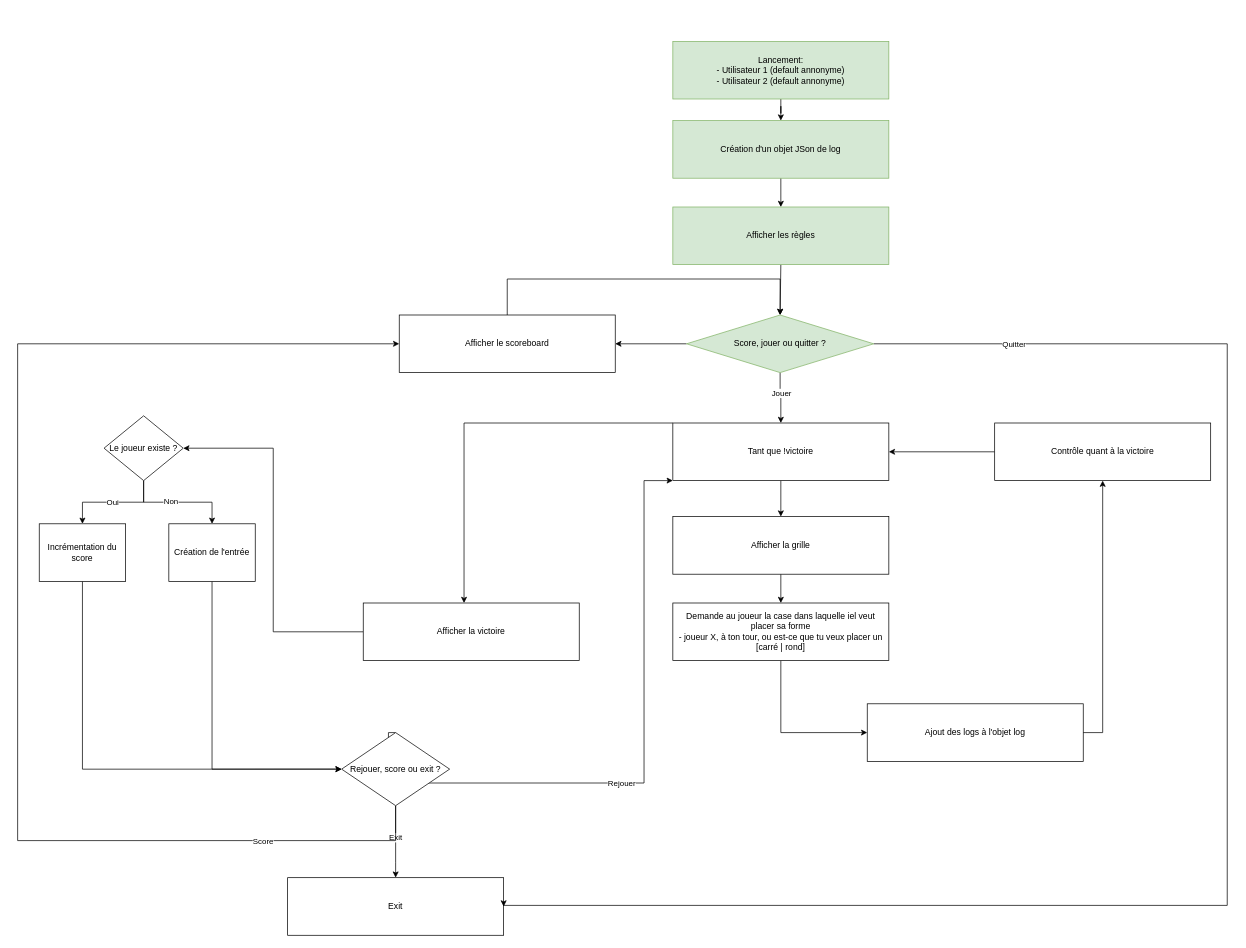
Before: Fichiers/Diagramme_de_sequence.drawio in Voeffray-Lucielle-EMF/122-Morpion, a draw.io diagram. Source tidied: cells renumbered, new cells numbered last; positions are measured from the earlier drawing's top-left corner, leaving out a move shared by most shapes. Both pictures are drawn from the tidied source at 72%, with x=0, y=0 at pixel (17, 41).
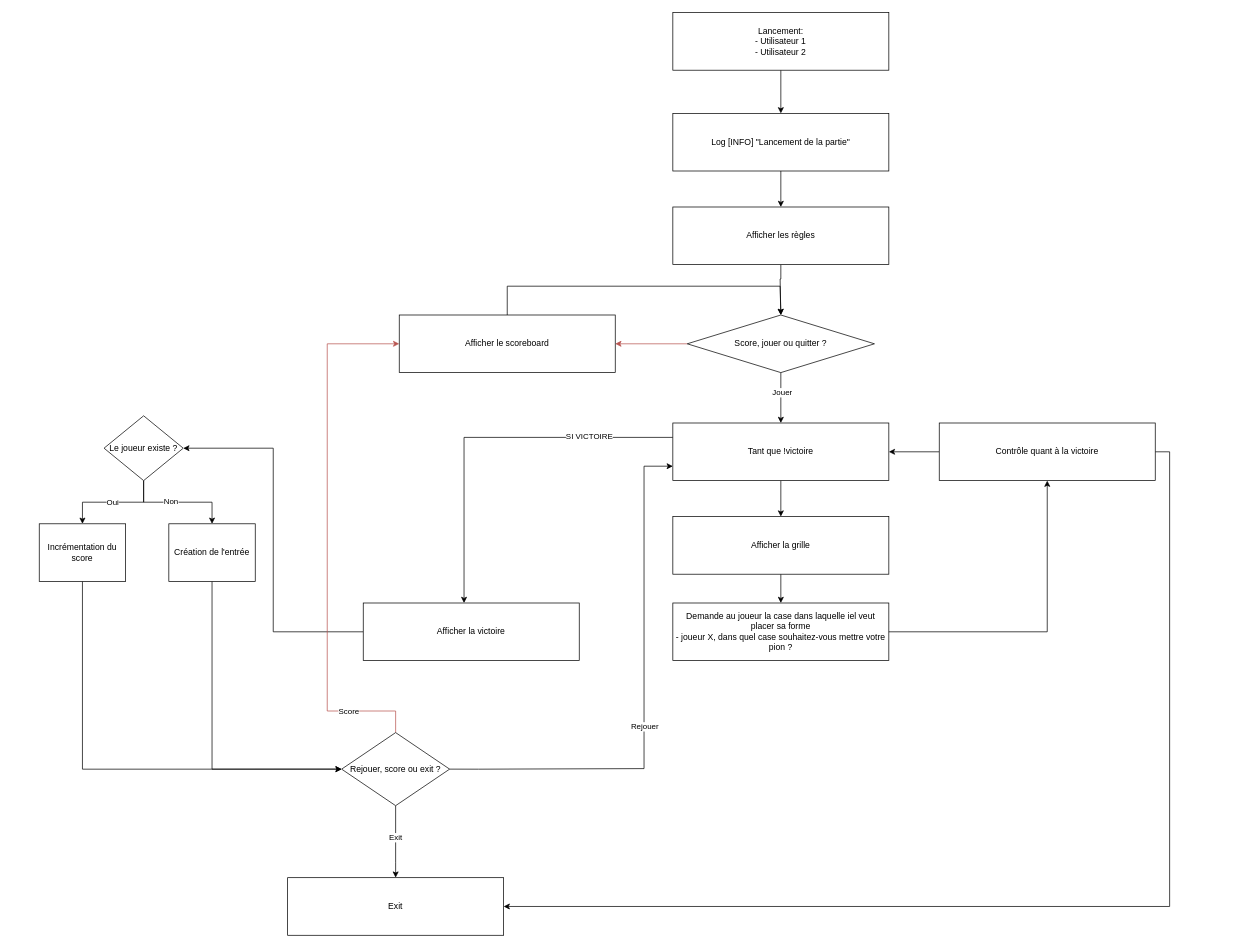
The same page after the edit.

Unchanged cells that the change refers to:
```xml
<mxCell id="16" value="Tant que !victoire" style="rounded=0;whiteSpace=wrap;html=1;" parent="1" vertex="1">
  <mxGeometry x="910" y="530" width="300" height="80" as="geometry" />
</mxCell>
<mxCell id="18" value="Afficher la victoire" style="rounded=0;whiteSpace=wrap;html=1;" parent="1" vertex="1">
  <mxGeometry x="480" y="780" width="300" height="80" as="geometry" />
</mxCell>
<mxCell id="25" value="Exit" style="rounded=0;whiteSpace=wrap;html=1;" parent="1" vertex="1">
  <mxGeometry x="375" y="1161.5" width="300" height="80" as="geometry" />
</mxCell>
<mxCell id="37" value="Rejouer, score ou exit ?" style="rhombus;whiteSpace=wrap;html=1;" parent="1" vertex="1">
  <mxGeometry x="450" y="960" width="150" height="101.5" as="geometry" />
</mxCell>
<mxCell id="45" value="&lt;div&gt;Afficher le scoreboard&lt;/div&gt;" style="rounded=0;whiteSpace=wrap;html=1;" parent="1" vertex="1">
  <mxGeometry x="530" y="380" width="300" height="80" as="geometry" />
</mxCell>
```

What changed in the source:
```diff
@@
-    <mxCell id="2" style="edgeStyle=orthogonalEdgeStyle;rounded=0;jettySize=auto;html=1;entryX=0.5;entryY=0;entryDx=0;entryDy=0;" parent="1" edge="1" source="3" target="11">
-      <mxGeometry relative="1" as="geometry" />
-    </mxCell>
+    <mxCell id="46" style="edgeStyle=orthogonalEdgeStyle;rounded=0;jettySize=auto;html=1;exitX=0.5;exitY=1;exitDx=0;exitDy=0;" parent="1" edge="1" source="3" target="50">
+      <mxGeometry relative="1" as="geometry" />
+    </mxCell>
-    <mxCell id="3" value="Lancement:&lt;div&gt;- Utilisateur 1 (default annonyme)&lt;/div&gt;&lt;div&gt;- Utilisateur 2 (default annonyme)&lt;/div&gt;" style="rounded=0;whiteSpace=wrap;html=1;fillColor=#d5e8d4;strokeColor=#82b366;" parent="1" vertex="1">
-      <mxGeometry x="910" width="300" height="80" as="geometry" />
+    <mxCell id="3" value="Lancement:&lt;div&gt;- Utilisateur 1&lt;/div&gt;&lt;div&gt;- Utilisateur 2&lt;/div&gt;" style="rounded=0;whiteSpace=wrap;html=1;" parent="1" vertex="1">
+      <mxGeometry x="910" y="-40" width="300" height="80" as="geometry" />
     </mxCell>
@@
-    <mxCell id="6" style="edgeStyle=orthogonalEdgeStyle;rounded=0;jettySize=auto;html=1;entryX=0;entryY=0.5;entryDx=0;entryDy=0;" parent="1" edge="1" source="7" target="12">
-      <mxGeometry relative="1" as="geometry" />
-    </mxCell>
-    <mxCell id="7" value="Demande au joueur la case dans laquelle iel veut placer sa forme&lt;div&gt;- joueur X, à ton tour, ou est-ce que tu veux placer un [carré | rond]&lt;br&gt;&lt;/div&gt;" style="rounded=0;whiteSpace=wrap;html=1;" parent="1" vertex="1">
+    <mxCell id="7" value="Demande au joueur la case dans laquelle iel veut placer sa forme&lt;div&gt;- joueur X, dans quel case souhaitez-vous mettre votre pion ?&lt;br&gt;&lt;/div&gt;" style="rounded=0;whiteSpace=wrap;html=1;" parent="1" vertex="1">
       <mxGeometry x="910" y="780" width="300" height="80" as="geometry" />
     </mxCell>
     <mxCell id="8" style="edgeStyle=orthogonalEdgeStyle;rounded=0;jettySize=auto;html=1;entryX=0.5;entryY=0;entryDx=0;entryDy=0;exitX=0.5;exitY=1;exitDx=0;exitDy=0;" parent="1" edge="1" source="9" target="43">
       <mxGeometry relative="1" as="geometry">
         <Array as="points">
-          <mxPoint x="1060" y="380" />
+          <mxPoint x="1060" y="330" />
+          <mxPoint x="1059" y="330" />
         </Array>
       </mxGeometry>
     </mxCell>
-    <mxCell id="9" value="&lt;div&gt;Afficher les règles&lt;/div&gt;" style="rounded=0;whiteSpace=wrap;html=1;fillColor=#d5e8d4;strokeColor=#82b366;" parent="1" vertex="1">
+    <mxCell id="9" value="&lt;div&gt;Afficher les règles&lt;/div&gt;" style="rounded=0;whiteSpace=wrap;html=1;" parent="1" vertex="1">
       <mxGeometry x="910" y="230" width="300" height="80" as="geometry" />
     </mxCell>
-    <mxCell id="10" style="edgeStyle=orthogonalEdgeStyle;rounded=0;jettySize=auto;html=1;" parent="1" edge="1" source="11" target="9">
-      <mxGeometry relative="1" as="geometry" />
-    </mxCell>
-    <mxCell id="11" value="Création d'un objet JSon de log" style="rounded=0;whiteSpace=wrap;html=1;fillColor=#d5e8d4;strokeColor=#82b366;" parent="1" vertex="1">
-      <mxGeometry x="910" y="110" width="300" height="80" as="geometry" />
-    </mxCell>
-    <mxCell id="12" value="&lt;div&gt;Ajout des logs à l'objet log&lt;/div&gt;" style="rounded=0;whiteSpace=wrap;html=1;" parent="1" vertex="1">
-      <mxGeometry x="1180" y="920" width="300" height="80" as="geometry" />
-    </mxCell>
@@
-    <mxCell id="15" style="edgeStyle=orthogonalEdgeStyle;rounded=0;jettySize=auto;html=1;exitX=0;exitY=0;exitDx=0;exitDy=0;" parent="1" edge="1" source="16" target="18">
+    <mxCell id="15" style="edgeStyle=orthogonalEdgeStyle;rounded=0;jettySize=auto;html=1;exitX=0;exitY=0.25;exitDx=0;exitDy=0;" parent="1" edge="1" source="16" target="18">
       <mxGeometry relative="1" as="geometry">
         <Array as="points">
-          <mxPoint x="620" y="530" />
+          <mxPoint x="620" y="550" />
         </Array>
       </mxGeometry>
     </mxCell>
+    <mxCell id="47" value="SI VICTOIRE" style="edgeLabel;html=1;align=center;verticalAlign=middle;" parent="15" vertex="1">
+      <mxGeometry x="-0.55" y="-1" relative="1" as="geometry">
+        <mxPoint y="-1" as="offset" />
+      </mxGeometry>
+    </mxCell>
@@
-    <mxCell id="19" style="edgeStyle=orthogonalEdgeStyle;rounded=0;jettySize=auto;html=1;entryX=0.5;entryY=1;entryDx=0;entryDy=0;exitX=1;exitY=0.5;exitDx=0;exitDy=0;" parent="1" edge="1" source="12" target="20">
+    <mxCell id="19" style="edgeStyle=orthogonalEdgeStyle;rounded=0;jettySize=auto;html=1;entryX=0.5;entryY=1;entryDx=0;entryDy=0;exitX=1;exitY=0.5;exitDx=0;exitDy=0;" parent="1" edge="1" source="7" target="20">
       <mxGeometry relative="1" as="geometry">
         <Array as="points">
-          <mxPoint x="1507" y="960" />
+          <mxPoint x="1430" y="820" />
         </Array>
       </mxGeometry>
     </mxCell>
+    <mxCell id="48" style="edgeStyle=orthogonalEdgeStyle;rounded=0;jettySize=auto;html=1;exitX=1;exitY=0.5;exitDx=0;exitDy=0;entryX=1;entryY=0.5;entryDx=0;entryDy=0;" parent="1" edge="1" source="20" target="25">
+      <mxGeometry relative="1" as="geometry" />
+    </mxCell>
     <mxCell id="20" value="&lt;div&gt;Contrôle quant à la victoire&lt;/div&gt;" style="rounded=0;whiteSpace=wrap;html=1;" parent="1" vertex="1">
-      <mxGeometry x="1357" y="530" width="300" height="80" as="geometry" />
+      <mxGeometry x="1280" y="530" width="300" height="80" as="geometry" />
     </mxCell>
-    <mxCell id="21" style="edgeStyle=orthogonalEdgeStyle;rounded=0;jettySize=auto;html=1;entryX=0;entryY=1;entryDx=0;entryDy=0;exitX=0.5;exitY=0;exitDx=0;exitDy=0;" parent="1" edge="1" source="37" target="16">
+    <mxCell id="21" style="edgeStyle=orthogonalEdgeStyle;rounded=0;jettySize=auto;html=1;entryX=0;entryY=0.75;entryDx=0;entryDy=0;exitX=1;exitY=0.5;exitDx=0;exitDy=0;" parent="1" edge="1" source="37" target="16">
       <mxGeometry relative="1" as="geometry">
         <Array as="points">
-          <mxPoint x="515" y="1030" />
-          <mxPoint x="870" y="1030" />
-          <mxPoint x="870" y="610" />
+          <mxPoint x="640" y="1011" />
+          <mxPoint x="870" y="1010" />
+          <mxPoint x="870" y="590" />
         </Array>
       </mxGeometry>
     </mxCell>
@@
-    <mxCell id="35" style="edgeStyle=orthogonalEdgeStyle;rounded=0;jettySize=auto;html=1;entryX=0;entryY=0.5;entryDx=0;entryDy=0;exitX=0.5;exitY=1;exitDx=0;exitDy=0;" parent="1" edge="1" source="37" target="45">
+    <mxCell id="35" style="edgeStyle=orthogonalEdgeStyle;rounded=0;jettySize=auto;html=1;entryX=0;entryY=0.5;entryDx=0;entryDy=0;exitX=0.5;exitY=0;exitDx=0;exitDy=0;fillColor=#f8cecc;strokeColor=#b85450;" parent="1" edge="1" source="37" target="45">
       <mxGeometry relative="1" as="geometry">
         <Array as="points">
-          <mxPoint x="525" y="1110" />
-          <mxPoint y="1110" />
-          <mxPoint y="420" />
+          <mxPoint x="525" y="930" />
+          <mxPoint x="430" y="930" />
+          <mxPoint x="430" y="420" />
         </Array>
       </mxGeometry>
     </mxCell>
@@
-    <mxCell id="40" style="edgeStyle=orthogonalEdgeStyle;rounded=0;jettySize=auto;html=1;entryX=1;entryY=0.5;entryDx=0;entryDy=0;" parent="1" edge="1" source="43" target="45">
+    <mxCell id="40" style="edgeStyle=orthogonalEdgeStyle;rounded=0;jettySize=auto;html=1;entryX=1;entryY=0.5;entryDx=0;entryDy=0;fillColor=#f8cecc;strokeColor=#b85450;" parent="1" edge="1" source="43" target="45">
       <mxGeometry relative="1" as="geometry" />
     </mxCell>
-    <mxCell id="41" style="edgeStyle=orthogonalEdgeStyle;rounded=0;jettySize=auto;html=1;entryX=1;entryY=0.5;entryDx=0;entryDy=0;" parent="1" edge="1" source="43" target="25">
-      <mxGeometry relative="1" as="geometry">
-        <Array as="points">
-          <mxPoint x="1680" y="420" />
-          <mxPoint x="1680" y="1200" />
-          <mxPoint x="675" y="1200" />
-        </Array>
-      </mxGeometry>
-    </mxCell>
-    <mxCell id="42" value="Quitter" style="edgeLabel;html=1;align=center;verticalAlign=middle;" parent="41" vertex="1">
-      <mxGeometry x="-0.83" relative="1" as="geometry" />
-    </mxCell>
-    <mxCell id="43" value="Score, jouer ou quitter ?" style="rhombus;whiteSpace=wrap;html=1;fillColor=#d5e8d4;strokeColor=#82b366;" parent="1" vertex="1">
-      <mxGeometry x="929" y="380" width="260" height="80" as="geometry" />
+    <mxCell id="43" value="Score, jouer ou quitter ?" style="rhombus;whiteSpace=wrap;html=1;" parent="1" vertex="1">
+      <mxGeometry x="930" y="380" width="260" height="80" as="geometry" />
     </mxCell>
     <mxCell id="44" style="edgeStyle=orthogonalEdgeStyle;rounded=0;jettySize=auto;html=1;entryX=0.5;entryY=0;entryDx=0;entryDy=0;exitX=0.5;exitY=0;exitDx=0;exitDy=0;" parent="1" edge="1" source="45" target="43">
       <mxGeometry relative="1" as="geometry">
         <Array as="points">
-          <mxPoint x="680" y="330" />
-          <mxPoint x="1059" y="330" />
+          <mxPoint x="680" y="340" />
+          <mxPoint x="1059" y="340" />
         </Array>
       </mxGeometry>
     </mxCell>
@@
+    <mxCell id="49" style="edgeStyle=orthogonalEdgeStyle;rounded=0;jettySize=auto;html=1;exitX=0.5;exitY=1;exitDx=0;exitDy=0;entryX=0.5;entryY=0;entryDx=0;entryDy=0;" parent="1" edge="1" source="50" target="9">
+      <mxGeometry relative="1" as="geometry" />
+    </mxCell>
+    <mxCell id="50" value="Log [INFO] &quot;Lancement de la partie&quot;" style="rounded=0;whiteSpace=wrap;html=1;" parent="1" vertex="1">
+      <mxGeometry x="910" y="100" width="300" height="80" as="geometry" />
+    </mxCell>
```
